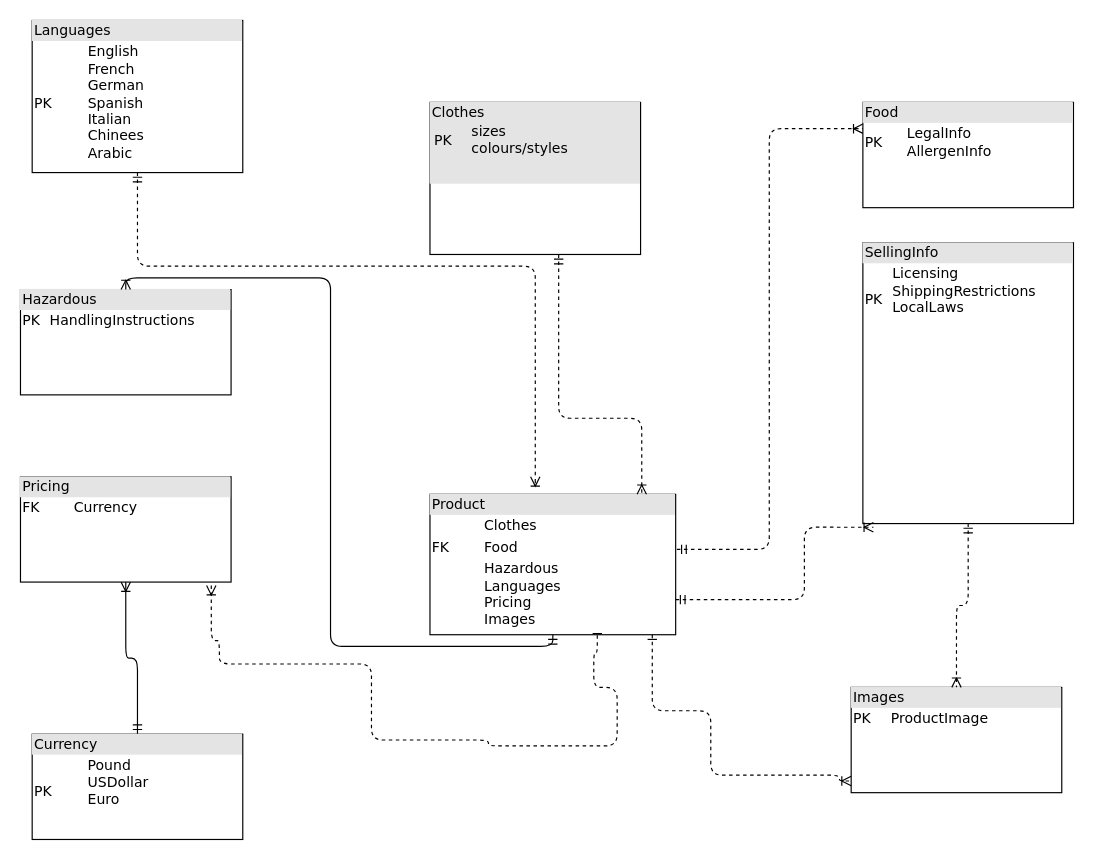
Earlier version of the draw.io diagram Untitled Diagram.drawio (negineidgahi/GIT-DEMO). Source tidied: cells renumbered, new cells numbered last; positions are measured from the earlier drawing's top-left corner, leaving out a move shared by most shapes. Both pictures are drawn from the tidied source at 117%, with x=0, y=0 at pixel (20, 20).
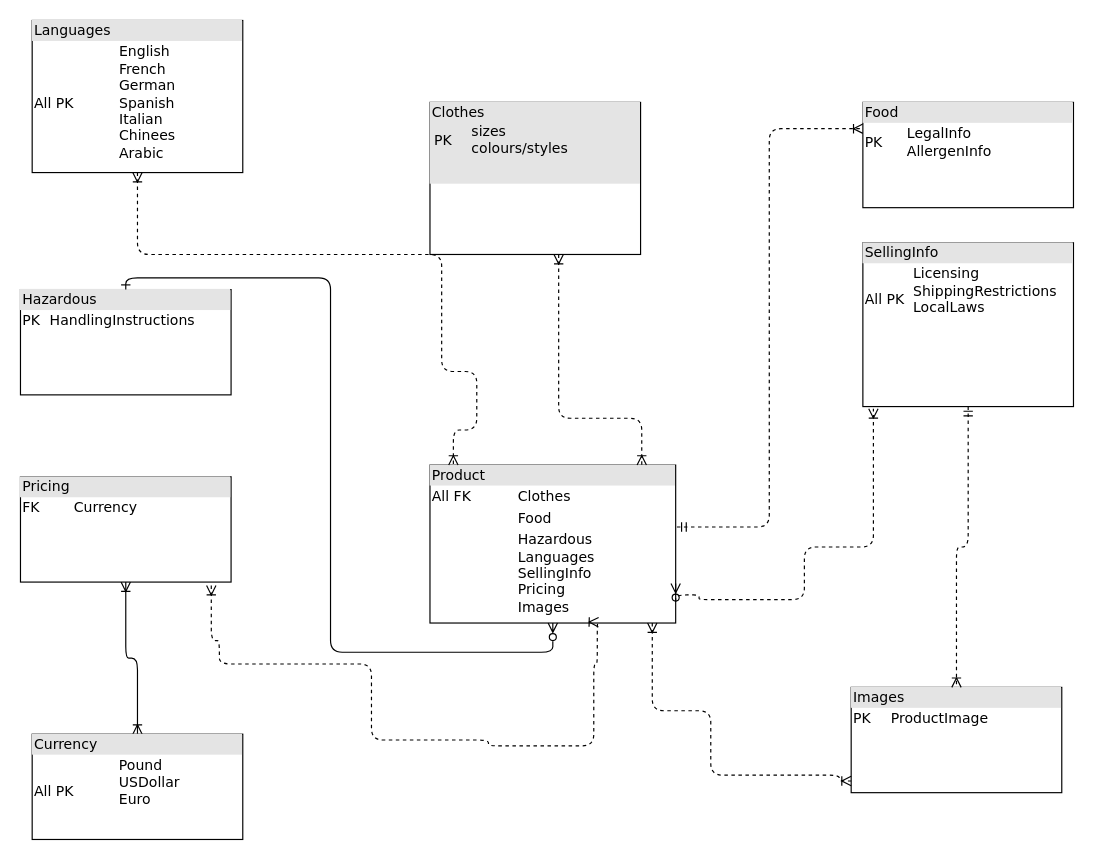
After the change.

The change refers to these unchanged cells:
```xml
<mxCell id="5" value="&lt;div style=&quot;box-sizing: border-box ; width: 100% ; background: #e4e4e4 ; padding: 2px&quot;&gt;Clothes&lt;table style=&quot;background-color: initial; font-size: 1em; width: 100%;&quot; cellpadding=&quot;2&quot; cellspacing=&quot;0&quot;&gt;&lt;tbody&gt;&lt;tr&gt;&lt;td&gt;PK&lt;/td&gt;&lt;td&gt;sizes&lt;br&gt;colours/styles&lt;/td&gt;&lt;/tr&gt;&lt;tr&gt;&lt;td&gt;&lt;br&gt;&lt;/td&gt;&lt;td&gt;&lt;/td&gt;&lt;/tr&gt;&lt;/tbody&gt;&lt;/table&gt;&lt;/div&gt;" style="verticalAlign=top;align=left;overflow=fill;html=1;rounded=0;shadow=0;comic=0;labelBackgroundColor=none;strokeWidth=1;fontFamily=Verdana;fontSize=12;" parent="1" vertex="1">
  <mxGeometry x="350" y="70" width="180" height="130" as="geometry" />
</mxCell>
<mxCell id="8" value="&lt;div style=&quot;box-sizing: border-box ; width: 100% ; background: #e4e4e4 ; padding: 2px&quot;&gt;Pricing&lt;/div&gt;&lt;table style=&quot;width: 100% ; font-size: 1em&quot; cellpadding=&quot;2&quot; cellspacing=&quot;0&quot;&gt;&lt;tbody&gt;&lt;tr&gt;&lt;td&gt;FK&lt;/td&gt;&lt;td&gt;Currency&lt;/td&gt;&lt;/tr&gt;&lt;tr&gt;&lt;td&gt;&lt;/td&gt;&lt;td&gt;&lt;br&gt;&lt;/td&gt;&lt;/tr&gt;&lt;/tbody&gt;&lt;/table&gt;" style="verticalAlign=top;align=left;overflow=fill;html=1;rounded=0;shadow=0;comic=0;labelBackgroundColor=none;strokeWidth=1;fontFamily=Verdana;fontSize=12;" parent="1" vertex="1">
  <mxGeometry y="390" width="180" height="90" as="geometry" />
</mxCell>
<mxCell id="9" value="&lt;div style=&quot;box-sizing:border-box;width:100%;background:#e4e4e4;padding:2px;&quot;&gt;Hazardous&lt;/div&gt;&lt;table style=&quot;width:100%;font-size:1em;&quot; cellpadding=&quot;2&quot; cellspacing=&quot;0&quot;&gt;&lt;tbody&gt;&lt;tr&gt;&lt;td&gt;PK&lt;/td&gt;&lt;td&gt;HandlingInstructions&lt;/td&gt;&lt;/tr&gt;&lt;tr&gt;&lt;td&gt;&lt;br&gt;&lt;/td&gt;&lt;td&gt;&lt;br&gt;&lt;/td&gt;&lt;/tr&gt;&lt;/tbody&gt;&lt;/table&gt;" style="verticalAlign=top;align=left;overflow=fill;html=1;rounded=0;shadow=0;comic=0;labelBackgroundColor=none;strokeWidth=1;fontFamily=Verdana;fontSize=12;" parent="1" vertex="1">
  <mxGeometry y="230" width="180" height="90" as="geometry" />
</mxCell>
```

Diff of the diagram source:
```diff
@@
-    <mxCell id="2" value="&lt;div style=&quot;box-sizing:border-box;width:100%;background:#e4e4e4;padding:2px;&quot;&gt;Product&lt;/div&gt;&lt;table style=&quot;width:100%;font-size:1em;&quot; cellpadding=&quot;2&quot; cellspacing=&quot;0&quot;&gt;&lt;tbody&gt;&lt;tr&gt;&lt;td&gt;&lt;br&gt;&lt;/td&gt;&lt;td&gt;Clothes&lt;/td&gt;&lt;/tr&gt;&lt;tr&gt;&lt;td&gt;FK&lt;br&gt;&lt;/td&gt;&lt;td&gt;Food&lt;/td&gt;&lt;/tr&gt;&lt;tr&gt;&lt;td&gt;&lt;br&gt;&lt;/td&gt;&lt;td&gt;Hazardous&lt;br&gt;Languages&lt;br&gt;Pricing&lt;br&gt;Images&lt;br&gt;&lt;br&gt;&lt;br&gt;&lt;/td&gt;&lt;/tr&gt;&lt;/tbody&gt;&lt;/table&gt;" style="verticalAlign=top;align=left;overflow=fill;html=1;rounded=0;shadow=0;comic=0;labelBackgroundColor=none;strokeWidth=1;fontFamily=Verdana;fontSize=12;" parent="1" vertex="1">
-      <mxGeometry x="350" y="405" width="210" height="120" as="geometry" />
+    <mxCell id="2" value="&lt;div style=&quot;box-sizing:border-box;width:100%;background:#e4e4e4;padding:2px;&quot;&gt;Product&lt;/div&gt;&lt;table style=&quot;width:100%;font-size:1em;&quot; cellpadding=&quot;2&quot; cellspacing=&quot;0&quot;&gt;&lt;tbody&gt;&lt;tr&gt;&lt;td&gt;All FK&lt;/td&gt;&lt;td&gt;Clothes&lt;/td&gt;&lt;/tr&gt;&lt;tr&gt;&lt;td&gt;&lt;br&gt;&lt;/td&gt;&lt;td&gt;Food&lt;/td&gt;&lt;/tr&gt;&lt;tr&gt;&lt;td&gt;&lt;br&gt;&lt;/td&gt;&lt;td&gt;Hazardous&lt;br&gt;Languages&lt;br&gt;SellingInfo&lt;br&gt;Pricing&lt;br&gt;Images&lt;br&gt;&lt;br&gt;&lt;br&gt;&lt;/td&gt;&lt;/tr&gt;&lt;/tbody&gt;&lt;/table&gt;" style="verticalAlign=top;align=left;overflow=fill;html=1;rounded=0;shadow=0;comic=0;labelBackgroundColor=none;strokeWidth=1;fontFamily=Verdana;fontSize=12;" parent="1" vertex="1">
+      <mxGeometry x="350" y="380" width="210" height="135" as="geometry" />
     </mxCell>
-    <mxCell id="3" style="edgeStyle=orthogonalEdgeStyle;html=1;dashed=1;labelBackgroundColor=none;startArrow=ERmandOne;endArrow=ERoneToMany;fontFamily=Verdana;fontSize=12;align=left;entryX=0.862;entryY=0;entryDx=0;entryDy=0;entryPerimeter=0;" parent="1" edge="1" source="5" target="2">
+    <mxCell id="3" style="edgeStyle=orthogonalEdgeStyle;html=1;dashed=1;labelBackgroundColor=none;startArrow=ERoneToMany;endArrow=ERoneToMany;fontFamily=Verdana;fontSize=12;align=left;entryX=0.862;entryY=0;entryDx=0;entryDy=0;entryPerimeter=0;endFill=0;startFill=0;" parent="1" edge="1" source="5" target="2">
       <mxGeometry relative="1" as="geometry">
         <Array as="points">
           <mxPoint x="460" y="340" />
           <mxPoint x="531" y="340" />
         </Array>
       </mxGeometry>
     </mxCell>
@@
-    <mxCell id="6" style="edgeStyle=orthogonalEdgeStyle;html=1;labelBackgroundColor=none;startArrow=ERmandOne;endArrow=ERoneToMany;fontFamily=Verdana;fontSize=12;align=left;" parent="1" edge="1" source="7" target="8">
+    <mxCell id="6" style="edgeStyle=orthogonalEdgeStyle;html=1;labelBackgroundColor=none;startArrow=ERoneToMany;endArrow=ERoneToMany;fontFamily=Verdana;fontSize=12;align=left;startFill=0;" parent="1" edge="1" source="7" target="8">
       <mxGeometry relative="1" as="geometry" />
     </mxCell>
-    <mxCell id="7" value="&lt;div style=&quot;box-sizing: border-box ; width: 100% ; background: #e4e4e4 ; padding: 2px&quot;&gt;Currency&lt;/div&gt;&lt;table style=&quot;width: 100% ; font-size: 1em&quot; cellpadding=&quot;2&quot; cellspacing=&quot;0&quot;&gt;&lt;tbody&gt;&lt;tr&gt;&lt;td&gt;PK&lt;/td&gt;&lt;td&gt;Pound&lt;br&gt;USDollar&lt;br&gt;Euro&lt;br&gt;&lt;br&gt;&lt;/td&gt;&lt;/tr&gt;&lt;tr&gt;&lt;td&gt;&lt;br&gt;&lt;/td&gt;&lt;td&gt;&lt;/td&gt;&lt;/tr&gt;&lt;/tbody&gt;&lt;/table&gt;" style="verticalAlign=top;align=left;overflow=fill;html=1;rounded=0;shadow=0;comic=0;labelBackgroundColor=none;strokeWidth=1;fontFamily=Verdana;fontSize=12;" parent="1" vertex="1">
+    <mxCell id="7" value="&lt;div style=&quot;box-sizing: border-box ; width: 100% ; background: #e4e4e4 ; padding: 2px&quot;&gt;Currency&lt;/div&gt;&lt;table style=&quot;width: 100% ; font-size: 1em&quot; cellpadding=&quot;2&quot; cellspacing=&quot;0&quot;&gt;&lt;tbody&gt;&lt;tr&gt;&lt;td&gt;All PK&lt;/td&gt;&lt;td&gt;Pound&lt;br&gt;USDollar&lt;br&gt;Euro&lt;br&gt;&lt;br&gt;&lt;/td&gt;&lt;/tr&gt;&lt;tr&gt;&lt;td&gt;&lt;br&gt;&lt;/td&gt;&lt;td&gt;&lt;/td&gt;&lt;/tr&gt;&lt;/tbody&gt;&lt;/table&gt;" style="verticalAlign=top;align=left;overflow=fill;html=1;rounded=0;shadow=0;comic=0;labelBackgroundColor=none;strokeWidth=1;fontFamily=Verdana;fontSize=12;" parent="1" vertex="1">
       <mxGeometry x="10" y="610" width="180" height="90" as="geometry" />
     </mxCell>
@@
-    <mxCell id="10" style="edgeStyle=orthogonalEdgeStyle;html=1;labelBackgroundColor=none;startArrow=ERmandOne;endArrow=ERoneToMany;fontFamily=Verdana;fontSize=12;align=left;dashed=1;" parent="1" edge="1" source="11">
+    <mxCell id="10" style="edgeStyle=orthogonalEdgeStyle;html=1;labelBackgroundColor=none;startArrow=ERoneToMany;endArrow=ERoneToMany;fontFamily=Verdana;fontSize=12;align=left;dashed=1;startFill=0;" parent="1" edge="1" source="11">
       <mxGeometry relative="1" as="geometry">
-        <mxPoint x="440" y="390" as="targetPoint" />
+        <mxPoint x="370" y="380" as="targetPoint" />
         <Array as="points">
-          <mxPoint x="100" y="210" />
-          <mxPoint x="440" y="210" />
-          <mxPoint x="440" y="400" />
-          <mxPoint x="440" y="400" />
+          <mxPoint x="100" y="200" />
+          <mxPoint x="360" y="200" />
+          <mxPoint x="360" y="300" />
+          <mxPoint x="390" y="300" />
+          <mxPoint x="390" y="350" />
+          <mxPoint x="370" y="350" />
+          <mxPoint x="370" y="370" />
         </Array>
       </mxGeometry>
     </mxCell>
-    <mxCell id="11" value="&lt;div style=&quot;box-sizing: border-box ; width: 100% ; background: #e4e4e4 ; padding: 2px&quot;&gt;Languages&lt;/div&gt;&lt;table style=&quot;width: 100% ; font-size: 1em&quot; cellpadding=&quot;2&quot; cellspacing=&quot;0&quot;&gt;&lt;tbody&gt;&lt;tr&gt;&lt;td&gt;PK&lt;/td&gt;&lt;td&gt;English&lt;br&gt;French&lt;br&gt;German&lt;br&gt;Spanish&lt;br&gt;Italian&lt;br&gt;Chinees&amp;nbsp;&lt;br&gt;Arabic&lt;/td&gt;&lt;/tr&gt;&lt;tr&gt;&lt;td&gt;&lt;/td&gt;&lt;td&gt;&lt;br&gt;&lt;/td&gt;&lt;/tr&gt;&lt;/tbody&gt;&lt;/table&gt;" style="verticalAlign=top;align=left;overflow=fill;html=1;rounded=0;shadow=0;comic=0;labelBackgroundColor=none;strokeWidth=1;fontFamily=Verdana;fontSize=12;" parent="1" vertex="1">
+    <mxCell id="11" value="&lt;div style=&quot;box-sizing: border-box ; width: 100% ; background: #e4e4e4 ; padding: 2px&quot;&gt;Languages&lt;/div&gt;&lt;table style=&quot;width: 100% ; font-size: 1em&quot; cellpadding=&quot;2&quot; cellspacing=&quot;0&quot;&gt;&lt;tbody&gt;&lt;tr&gt;&lt;td&gt;All PK&lt;/td&gt;&lt;td&gt;English&lt;br&gt;French&lt;br&gt;German&lt;br&gt;Spanish&lt;br&gt;Italian&lt;br&gt;Chinees&amp;nbsp;&lt;br&gt;Arabic&lt;/td&gt;&lt;/tr&gt;&lt;tr&gt;&lt;td&gt;&lt;/td&gt;&lt;td&gt;&lt;br&gt;&lt;/td&gt;&lt;/tr&gt;&lt;/tbody&gt;&lt;/table&gt;" style="verticalAlign=top;align=left;overflow=fill;html=1;rounded=0;shadow=0;comic=0;labelBackgroundColor=none;strokeWidth=1;fontFamily=Verdana;fontSize=12;" parent="1" vertex="1">
       <mxGeometry x="10" width="180" height="130" as="geometry" />
     </mxCell>
@@
-    <mxCell id="14" value="&lt;div style=&quot;box-sizing: border-box ; width: 100% ; background: #e4e4e4 ; padding: 2px&quot;&gt;SellingInfo&lt;/div&gt;&lt;table style=&quot;width: 100% ; font-size: 1em&quot; cellpadding=&quot;2&quot; cellspacing=&quot;0&quot;&gt;&lt;tbody&gt;&lt;tr&gt;&lt;td&gt;PK&lt;/td&gt;&lt;td&gt;Licensing&lt;br&gt;ShippingRestrictions&lt;br&gt;LocalLaws&lt;br&gt;&lt;br&gt;&lt;/td&gt;&lt;/tr&gt;&lt;tr&gt;&lt;td&gt;&lt;/td&gt;&lt;td&gt;&lt;br&gt;&lt;/td&gt;&lt;/tr&gt;&lt;/tbody&gt;&lt;/table&gt;" style="verticalAlign=top;align=left;overflow=fill;html=1;rounded=0;shadow=0;comic=0;labelBackgroundColor=none;strokeWidth=1;fontFamily=Verdana;fontSize=12;" parent="1" vertex="1">
-      <mxGeometry x="720" y="190" width="180" height="240" as="geometry" />
+    <mxCell id="14" value="&lt;div style=&quot;box-sizing: border-box ; width: 100% ; background: #e4e4e4 ; padding: 2px&quot;&gt;SellingInfo&lt;/div&gt;&lt;table style=&quot;width: 100% ; font-size: 1em&quot; cellpadding=&quot;2&quot; cellspacing=&quot;0&quot;&gt;&lt;tbody&gt;&lt;tr&gt;&lt;td&gt;All PK&lt;/td&gt;&lt;td&gt;Licensing&lt;br&gt;ShippingRestrictions&lt;br&gt;LocalLaws&lt;br&gt;&lt;br&gt;&lt;/td&gt;&lt;/tr&gt;&lt;tr&gt;&lt;td&gt;&lt;/td&gt;&lt;td&gt;&lt;br&gt;&lt;/td&gt;&lt;/tr&gt;&lt;/tbody&gt;&lt;/table&gt;" style="verticalAlign=top;align=left;overflow=fill;html=1;rounded=0;shadow=0;comic=0;labelBackgroundColor=none;strokeWidth=1;fontFamily=Verdana;fontSize=12;" parent="1" vertex="1">
+      <mxGeometry x="720" y="190" width="180" height="140" as="geometry" />
     </mxCell>
@@
-    <mxCell id="16" style="edgeStyle=orthogonalEdgeStyle;html=1;endArrow=ERoneToMany;startArrow=ERmandOne;labelBackgroundColor=none;fontFamily=Verdana;fontSize=12;align=left;exitX=0.5;exitY=1;entryX=0.5;entryY=0;" parent="1" edge="1" source="2" target="9">
-      <mxGeometry relative="1" as="geometry" />
+    <mxCell id="16" style="edgeStyle=orthogonalEdgeStyle;html=1;endArrow=ERone;startArrow=ERzeroToMany;labelBackgroundColor=none;fontFamily=Verdana;fontSize=12;align=left;exitX=0.5;exitY=1;entryX=0.5;entryY=0;startFill=0;endFill=0;" parent="1" edge="1" source="2" target="9">
+      <mxGeometry relative="1" as="geometry">
+        <Array as="points">
+          <mxPoint x="455" y="540" />
+          <mxPoint x="265" y="540" />
+          <mxPoint x="265" y="220" />
+          <mxPoint x="90" y="220" />
+        </Array>
+      </mxGeometry>
     </mxCell>
-    <mxCell id="17" style="edgeStyle=orthogonalEdgeStyle;html=1;dashed=1;labelBackgroundColor=none;startArrow=ERone;endArrow=ERoneToMany;fontFamily=Verdana;fontSize=12;align=left;entryX=0;entryY=0.5;startFill=0;" parent="1" edge="1" source="2">
+    <mxCell id="17" style="edgeStyle=orthogonalEdgeStyle;html=1;dashed=1;labelBackgroundColor=none;startArrow=ERoneToMany;endArrow=ERoneToMany;fontFamily=Verdana;fontSize=12;align=left;entryX=0;entryY=0.5;startFill=0;" parent="1" edge="1" source="2">
       <mxGeometry relative="1" as="geometry">
         <mxPoint x="710" y="650" as="targetPoint" />
         <Array as="points">
           <mxPoint x="540" y="590" />
           <mxPoint x="590" y="590" />
           <mxPoint x="590" y="645" />
           <mxPoint x="700" y="645" />
           <mxPoint x="700" y="650" />
         </Array>
       </mxGeometry>
     </mxCell>
-    <mxCell id="18" style="edgeStyle=orthogonalEdgeStyle;html=1;dashed=1;labelBackgroundColor=none;startArrow=ERoneToMany;endArrow=baseDash;fontFamily=Verdana;fontSize=12;align=left;entryX=0.681;entryY=0.992;exitX=0.906;exitY=1.033;exitDx=0;exitDy=0;exitPerimeter=0;entryDx=0;entryDy=0;entryPerimeter=0;endFill=0;startFill=0;" parent="1" edge="1" source="8" target="2">
+    <mxCell id="18" style="edgeStyle=orthogonalEdgeStyle;html=1;dashed=1;labelBackgroundColor=none;startArrow=ERoneToMany;endArrow=ERoneToMany;fontFamily=Verdana;fontSize=12;align=left;exitX=0.906;exitY=1.033;exitDx=0;exitDy=0;exitPerimeter=0;endFill=0;startFill=0;entryX=0.686;entryY=0.995;entryDx=0;entryDy=0;entryPerimeter=0;" parent="1" edge="1" source="8" target="2">
       <mxGeometry relative="1" as="geometry">
         <Array as="points">
           <mxPoint x="163" y="530" />
           <mxPoint x="170" y="530" />
           <mxPoint x="170" y="550" />
           <mxPoint x="300" y="550" />
           <mxPoint x="300" y="615" />
           <mxPoint x="400" y="615" />
           <mxPoint x="400" y="620" />
-          <mxPoint x="510" y="620" />
-          <mxPoint x="510" y="570" />
-          <mxPoint x="490" y="570" />
-          <mxPoint x="490" y="540" />
-          <mxPoint x="493" y="540" />
+          <mxPoint x="490" y="620" />
+          <mxPoint x="490" y="550" />
+          <mxPoint x="493" y="550" />
+          <mxPoint x="493" y="514" />
         </Array>
       </mxGeometry>
     </mxCell>
-    <mxCell id="19" style="edgeStyle=orthogonalEdgeStyle;html=1;dashed=1;labelBackgroundColor=none;startArrow=ERmandOne;endArrow=ERoneToMany;fontFamily=Verdana;fontSize=12;align=left;exitX=1;exitY=0.75;exitDx=0;exitDy=0;entryX=0.05;entryY=1.013;entryDx=0;entryDy=0;entryPerimeter=0;" parent="1" edge="1" source="2" target="14">
+    <mxCell id="19" style="edgeStyle=orthogonalEdgeStyle;html=1;dashed=1;labelBackgroundColor=none;startArrow=ERzeroToMany;endArrow=ERoneToMany;fontFamily=Verdana;fontSize=12;align=left;exitX=1;exitY=0.75;exitDx=0;exitDy=0;entryX=0.05;entryY=1.013;entryDx=0;entryDy=0;entryPerimeter=0;startFill=0;" parent="1" edge="1" source="2" target="14">
       <mxGeometry relative="1" as="geometry">
         <Array as="points">
+          <mxPoint x="580" y="491" />
+          <mxPoint x="580" y="495" />
           <mxPoint x="670" y="495" />
-          <mxPoint x="670" y="433" />
+          <mxPoint x="670" y="450" />
+          <mxPoint x="729" y="450" />
         </Array>
       </mxGeometry>
     </mxCell>
```
